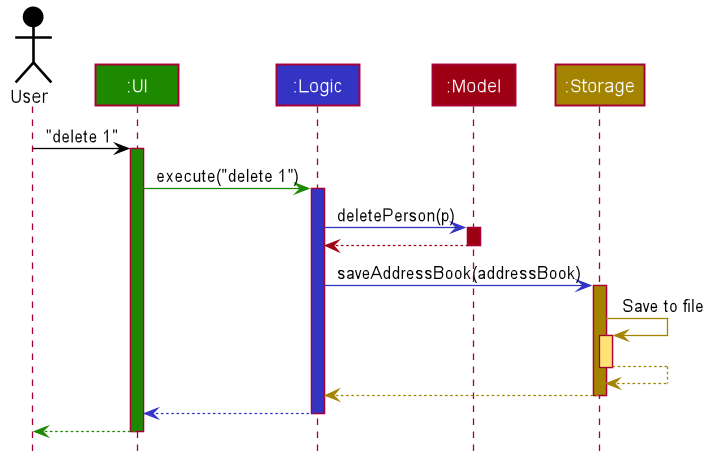
ruoyann/tp keeps this PlantUML diagram as docs/images/ArchitectureSequenceDiagram.png. Above is the earlier version. Source of this version:
```plantuml
@startuml








skinparam BackgroundColor #FFFFFFF

skinparam Shadowing false

skinparam Class {
    FontColor #FFFFFF
    BorderThickness 1
    BorderColor #FFFFFF
    StereotypeFontColor #FFFFFF
    FontName Arial
}

skinparam Actor {
    BorderColor #000000
    Color #000000
    FontName Arial
}

skinparam Sequence {
    MessageAlign center
    BoxFontSize 15
    BoxPadding 0
    BoxFontColor #FFFFFF
    FontName Arial
}

skinparam Participant {
    FontColor #FFFFFFF
    Padding 20
}

skinparam MinClassWidth 50
skinparam ParticipantPadding 10
skinparam Shadowing false
skinparam DefaultTextAlignment center
skinparam packageStyle Rectangle

hide footbox
hide members
hide circle

Actor User as user #000000
Participant ":UI" as ui #1D8900
Participant ":Logic" as logic #3333C4
Participant ":Model" as model #9D0012
Participant ":Storage" as storage #A38300

user -[#000000]> ui : "delete 1"
activate ui #1D8900

ui -[#1D8900]> logic : execute("delete 1")
activate logic #3333C4

logic -[#3333C4]> model : deletePerson(p)
activate model #9D0012

model -[#9D0012]-> logic
deactivate model

logic -[#3333C4]> storage : saveAddressBook(addressBook)
activate storage #A38300

storage -[#A38300]> storage : Save to file
activate storage #FFE374
storage --[#A38300]> storage
deactivate storage

storage --[#A38300]> logic
deactivate storage

logic --[#3333C4]> ui
deactivate logic

ui--[#1D8900]> user
deactivate ui
@enduml
```
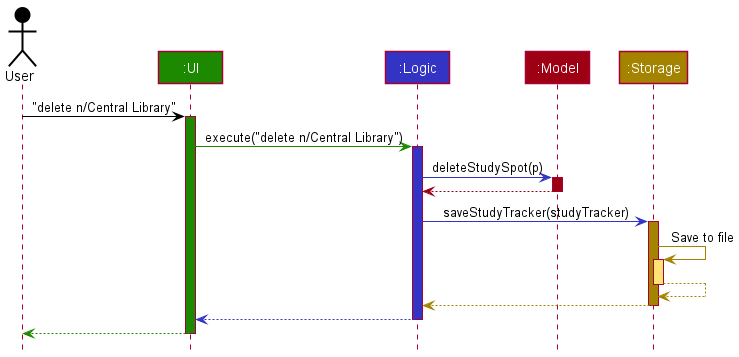
The same file after the commit.

Diff of the diagram source:
```diff
@@ -1,85 +1,38 @@
 @startuml
+!include style.puml
 
+Actor User as user USER_COLOR
+Participant ":UI" as ui UI_COLOR
+Participant ":Logic" as logic LOGIC_COLOR
+Participant ":Model" as model MODEL_COLOR
+Participant ":Storage" as storage STORAGE_COLOR
 
+user -[USER_COLOR]> ui : "delete n/Central Library"
+activate ui UI_COLOR
 
+ui -[UI_COLOR]> logic : execute("delete n/Central Library")
+activate logic LOGIC_COLOR
 
+logic -[LOGIC_COLOR]> model : deleteStudySpot(p)
+activate model MODEL_COLOR
 
-
-
-
-skinparam BackgroundColor #FFFFFFF
-
-skinparam Shadowing false
-
-skinparam Class {
-    FontColor #FFFFFF
-    BorderThickness 1
-    BorderColor #FFFFFF
-    StereotypeFontColor #FFFFFF
-    FontName Arial
-}
-
-skinparam Actor {
-    BorderColor #000000
-    Color #000000
-    FontName Arial
-}
-
-skinparam Sequence {
-    MessageAlign center
-    BoxFontSize 15
-    BoxPadding 0
-    BoxFontColor #FFFFFF
-    FontName Arial
-}
-
-skinparam Participant {
-    FontColor #FFFFFFF
-    Padding 20
-}
-
-skinparam MinClassWidth 50
-skinparam ParticipantPadding 10
-skinparam Shadowing false
-skinparam DefaultTextAlignment center
-skinparam packageStyle Rectangle
-
-hide footbox
-hide members
-hide circle
-
-Actor User as user #000000
-Participant ":UI" as ui #1D8900
-Participant ":Logic" as logic #3333C4
-Participant ":Model" as model #9D0012
-Participant ":Storage" as storage #A38300
-
-user -[#000000]> ui : "delete 1"
-activate ui #1D8900
-
-ui -[#1D8900]> logic : execute("delete 1")
-activate logic #3333C4
-
-logic -[#3333C4]> model : deletePerson(p)
-activate model #9D0012
-
-model -[#9D0012]-> logic
+model -[MODEL_COLOR]-> logic
 deactivate model
 
-logic -[#3333C4]> storage : saveAddressBook(addressBook)
-activate storage #A38300
+logic -[LOGIC_COLOR]> storage : saveStudyTracker(studyTracker)
+activate storage STORAGE_COLOR
 
-storage -[#A38300]> storage : Save to file
-activate storage #FFE374
-storage --[#A38300]> storage
+storage -[STORAGE_COLOR]> storage : Save to file
+activate storage STORAGE_COLOR_T1
+storage --[STORAGE_COLOR]> storage
 deactivate storage
 
-storage --[#A38300]> logic
+storage --[STORAGE_COLOR]> logic
 deactivate storage
 
-logic --[#3333C4]> ui
+logic --[LOGIC_COLOR]> ui
 deactivate logic
 
-ui--[#1D8900]> user
+ui--[UI_COLOR]> user
 deactivate ui
 @enduml
```
